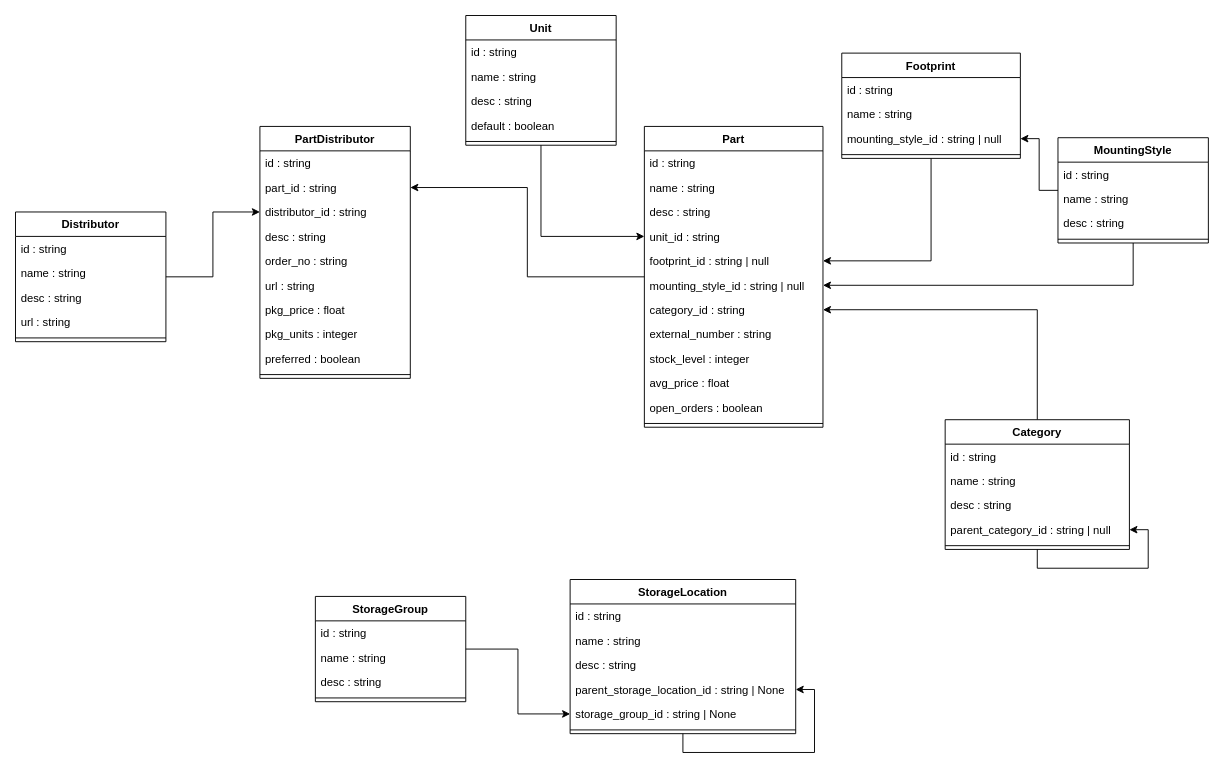
Earlier version of the draw.io diagram docs/elements-api.drawio (nils-ost/Inventory4Parts). Source tidied: cells renumbered, new cells numbered last; positions are measured from the earlier drawing's top-left corner, leaving out a move shared by most shapes. Both pictures are drawn from the tidied source at 94%, with x=0, y=0 at pixel (15, 15).
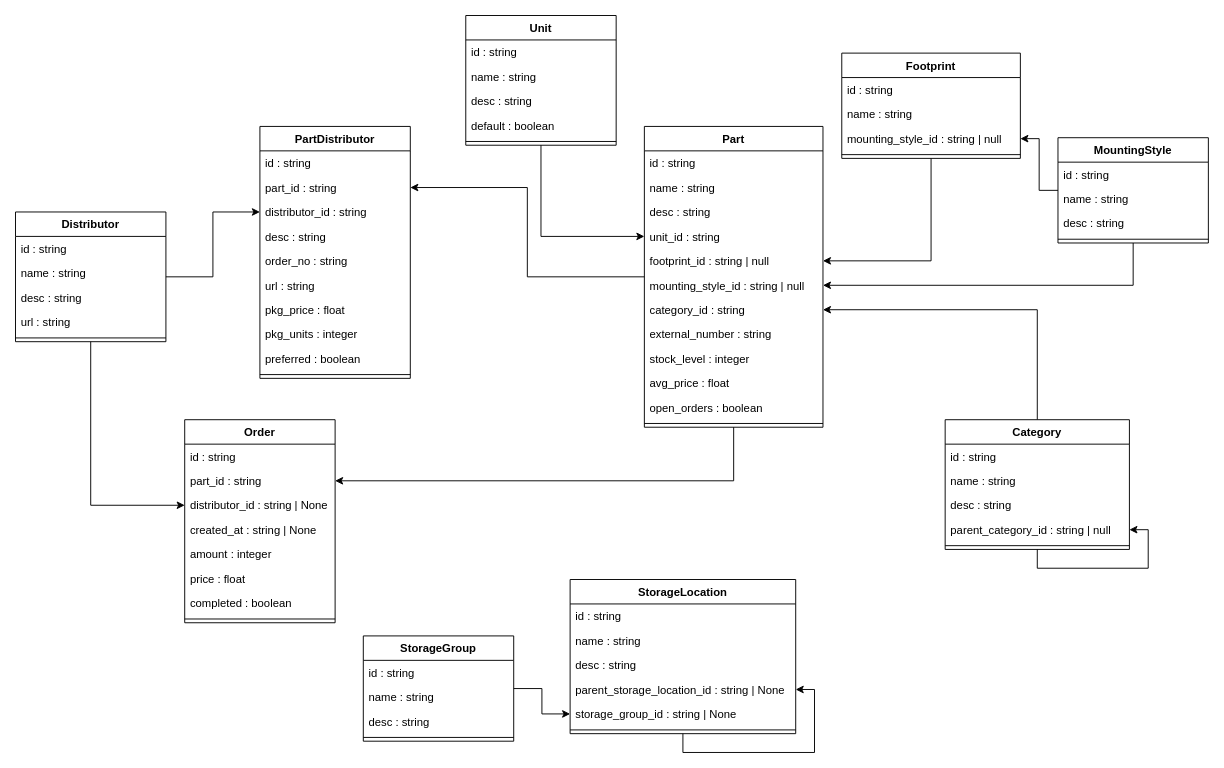
The same page after the edit.

Unchanged cells that the change refers to:
```xml
<mxCell id="31" value="Part" style="swimlane;fontStyle=1;align=center;verticalAlign=top;horizontal=1;startSize=26;" parent="1" vertex="1">
  <mxGeometry x="669" y="118" width="190" height="320" as="geometry" />
</mxCell>
<mxCell id="45" value="Distributor" style="swimlane;fontStyle=1;align=center;verticalAlign=top;horizontal=1;startSize=26;" parent="1" vertex="1">
  <mxGeometry y="209" width="160" height="138" as="geometry" />
</mxCell>
```

The edit, as a diff of the source:
```diff
@@
+    <mxCell id="76" style="edgeStyle=orthogonalEdgeStyle;rounded=0;jettySize=auto;html=1;" parent="1" edge="1" source="31" target="80">
+      <mxGeometry relative="1" as="geometry" />
+    </mxCell>
@@
+    <mxCell id="77" style="edgeStyle=orthogonalEdgeStyle;rounded=0;jettySize=auto;html=1;" parent="1" edge="1" source="45" target="81">
+      <mxGeometry relative="1" as="geometry" />
+    </mxCell>
@@
     <mxCell id="63" value="StorageGroup" style="swimlane;fontStyle=1;align=center;verticalAlign=top;horizontal=1;startSize=26;" parent="1" vertex="1">
-      <mxGeometry x="319" y="618" width="160" height="112" as="geometry" />
+      <mxGeometry x="370" y="660" width="160" height="112" as="geometry" />
     </mxCell>
@@
+    <mxCell id="78" value="Order" style="swimlane;fontStyle=1;align=center;verticalAlign=top;horizontal=1;startSize=26;" parent="1" vertex="1">
+      <mxGeometry x="180" y="430" width="160" height="216" as="geometry" />
+    </mxCell>
+    <mxCell id="79" value="id : string" style="text;strokeColor=none;fillColor=none;align=left;verticalAlign=top;spacingLeft=4;spacingRight=4;overflow=hidden;" parent="78" vertex="1">
+      <mxGeometry y="26" width="160" height="26" as="geometry" />
+    </mxCell>
+    <mxCell id="80" value="part_id : string" style="text;strokeColor=none;fillColor=none;align=left;verticalAlign=top;spacingLeft=4;spacingRight=4;overflow=hidden;points=[[0,0.5],[1,0.5]];portConstraint=eastwest;" parent="78" vertex="1">
+      <mxGeometry y="52" width="160" height="26" as="geometry" />
+    </mxCell>
+    <mxCell id="81" value="distributor_id : string | None" style="text;strokeColor=none;fillColor=none;align=left;verticalAlign=top;spacingLeft=4;spacingRight=4;overflow=hidden;points=[[0,0.5],[1,0.5]];portConstraint=eastwest;" parent="78" vertex="1">
+      <mxGeometry y="78" width="160" height="26" as="geometry" />
+    </mxCell>
+    <mxCell id="82" value="created_at : string | None" style="text;strokeColor=none;fillColor=none;align=left;verticalAlign=top;spacingLeft=4;spacingRight=4;overflow=hidden;" parent="78" vertex="1">
+      <mxGeometry y="104" width="160" height="26" as="geometry" />
+    </mxCell>
+    <mxCell id="83" value="amount : integer" style="text;strokeColor=none;fillColor=none;align=left;verticalAlign=top;spacingLeft=4;spacingRight=4;overflow=hidden;" parent="78" vertex="1">
+      <mxGeometry y="130" width="160" height="26" as="geometry" />
+    </mxCell>
+    <mxCell id="84" value="price : float" style="text;strokeColor=none;fillColor=none;align=left;verticalAlign=top;spacingLeft=4;spacingRight=4;overflow=hidden;" parent="78" vertex="1">
+      <mxGeometry y="156" width="160" height="26" as="geometry" />
+    </mxCell>
+    <mxCell id="85" value="completed : boolean" style="text;strokeColor=none;fillColor=none;align=left;verticalAlign=top;spacingLeft=4;spacingRight=4;overflow=hidden;" parent="78" vertex="1">
+      <mxGeometry y="182" width="160" height="26" as="geometry" />
+    </mxCell>
+    <mxCell id="86" style="line;strokeWidth=1;fillColor=none;align=left;verticalAlign=middle;spacingTop=-1;spacingLeft=3;spacingRight=3;labelPosition=right;" parent="78" vertex="1">
+      <mxGeometry y="208" width="160" height="8" as="geometry" />
+    </mxCell>
```
